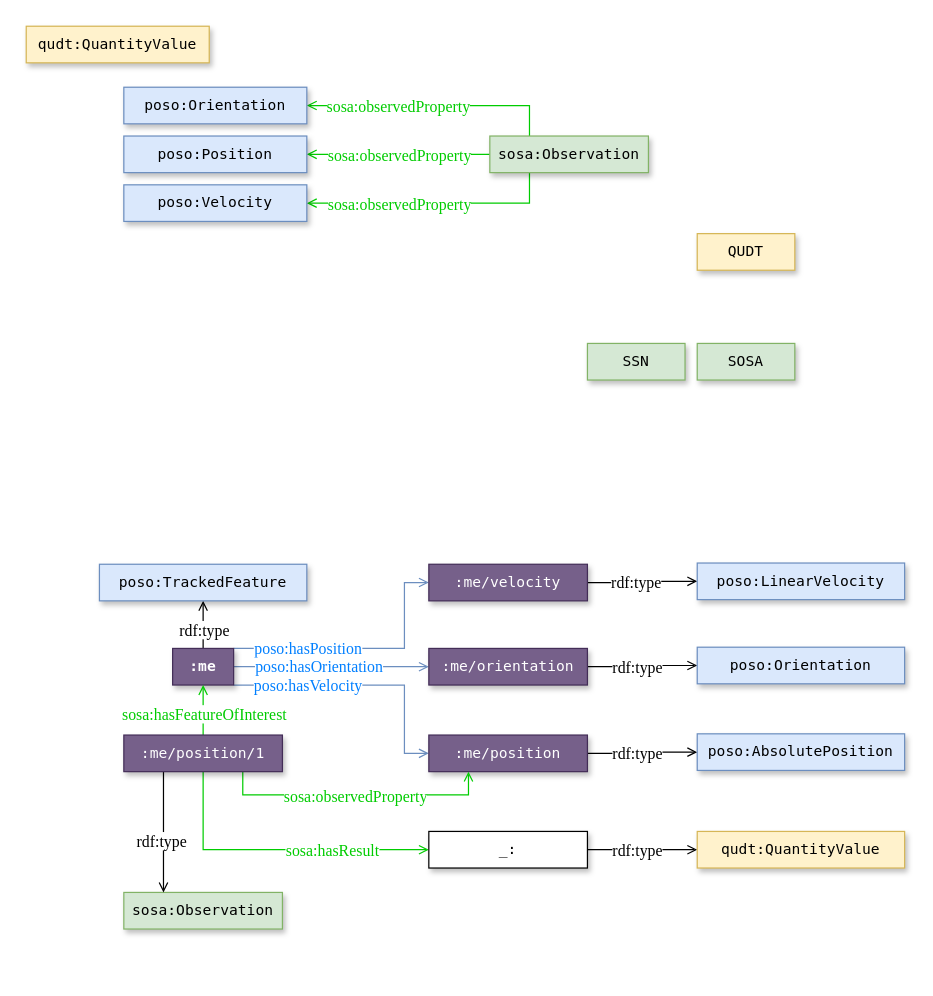
Earlier version of the draw.io diagram page "Page-4" (4 of 5) of docs/images/architecture.drawio (OpenHPS/POSO). Source tidied: cells renumbered, new cells numbered last; positions are measured from the earlier drawing's top-left corner, leaving out a move shared by most shapes. Both pictures are drawn from the tidied source at 122%, with x=0, y=0 at pixel (26, 26).
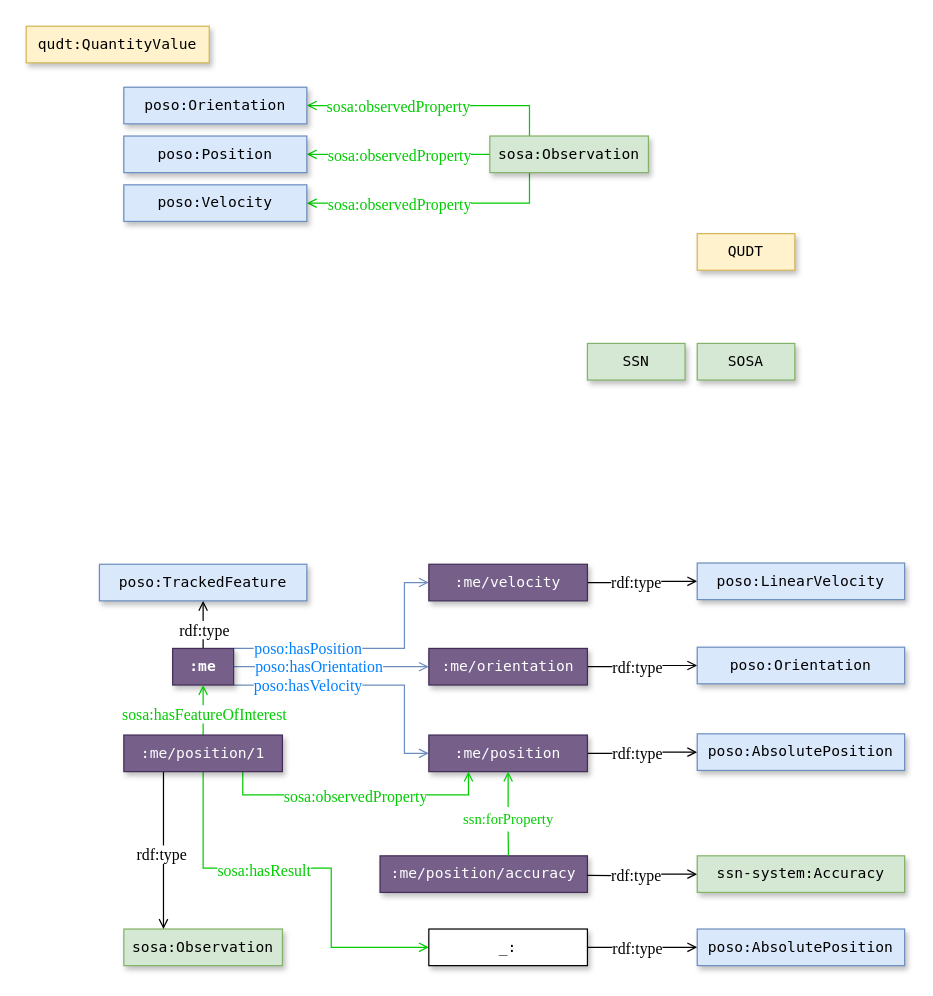
The same diagram, later.

Unchanged cells that the change refers to:
```xml
<mxCell id="22" value=":me/position" style="rounded=0;whiteSpace=wrap;html=1;fillColor=#76608a;strokeColor=#432D57;shadow=1;fontFamily=Lucida Console;fontColor=#ffffff;" parent="1" vertex="1">
  <mxGeometry x="330" y="581" width="130" height="30" as="geometry" />
</mxCell>
<mxCell id="37" value=":me/position/1" style="rounded=0;whiteSpace=wrap;html=1;fillColor=#76608a;strokeColor=#432D57;shadow=1;fontFamily=Lucida Console;fontColor=#ffffff;" parent="1" vertex="1">
  <mxGeometry x="80" y="581" width="130" height="30" as="geometry" />
</mxCell>
```

Diff of the diagram source:
```diff
@@
     <mxCell id="28" value="sosa:Observation" style="rounded=0;whiteSpace=wrap;html=1;fillColor=#d5e8d4;strokeColor=#82b366;shadow=1;fontFamily=Lucida Console;" parent="1" vertex="1">
-      <mxGeometry x="80" y="710" width="130" height="30" as="geometry" />
+      <mxGeometry x="80" y="740" width="130" height="30" as="geometry" />
     </mxCell>
@@
     <mxCell id="35" style="edgeStyle=orthogonalEdgeStyle;rounded=0;jettySize=auto;html=1;fontFamily=Garamond;fontSize=13;endArrow=open;endFill=0;entryX=0;entryY=0.5;entryDx=0;entryDy=0;fontColor=#00CC00;strokeColor=#00CC00;" parent="1" edge="1" source="37" target="38">
       <mxGeometry relative="1" as="geometry">
         <Array as="points">
-          <mxPoint x="145" y="675" />
+          <mxPoint x="145" y="690" />
+          <mxPoint x="250" y="690" />
+          <mxPoint x="250" y="755" />
         </Array>
       </mxGeometry>
     </mxCell>
     <mxCell id="36" value="sosa:hasResult" style="edgeLabel;html=1;align=center;verticalAlign=middle;fontSize=13;fontFamily=Garamond;fontColor=#00CC00;" parent="35" vertex="1">
       <mxGeometry x="0.19" y="-3" relative="1" as="geometry">
-        <mxPoint x="21" y="-3" as="offset" />
+        <mxPoint x="-53" y="-11" as="offset" />
       </mxGeometry>
     </mxCell>
@@
     <mxCell id="38" value="_:" style="rounded=0;whiteSpace=wrap;html=1;shadow=1;fontFamily=Lucida Console;" parent="1" vertex="1">
-      <mxGeometry x="330" y="660" width="130" height="30" as="geometry" />
+      <mxGeometry x="330" y="740" width="130" height="30" as="geometry" />
     </mxCell>
@@
-    <mxCell id="41" value="qudt:QuantityValue" style="rounded=0;whiteSpace=wrap;html=1;fillColor=#fff2cc;strokeColor=#d6b656;shadow=1;fontFamily=Lucida Console;" parent="1" vertex="1">
-      <mxGeometry x="550" y="660" width="170" height="30" as="geometry" />
+    <mxCell id="41" value="poso:AbsolutePosition" style="rounded=0;whiteSpace=wrap;html=1;fillColor=#dae8fc;strokeColor=#6c8ebf;shadow=1;fontFamily=Lucida Console;" parent="1" vertex="1">
+      <mxGeometry x="550" y="740" width="170" height="30" as="geometry" />
     </mxCell>
@@
+    <mxCell id="52" style="edgeStyle=orthogonalEdgeStyle;rounded=0;jettySize=auto;html=1;exitX=0.5;exitY=0;exitDx=0;exitDy=0;entryX=0.5;entryY=1;entryDx=0;entryDy=0;fillColor=#d5e8d4;strokeColor=#00CC00;fontColor=#97D077;endArrow=open;endFill=0;startArrow=none;" parent="1" edge="1" source="54" target="22">
+      <mxGeometry relative="1" as="geometry" />
+    </mxCell>
+    <mxCell id="53" value=":me/position/accuracy" style="rounded=0;whiteSpace=wrap;html=1;fillColor=#76608a;strokeColor=#432D57;shadow=1;fontFamily=Lucida Console;fontColor=#ffffff;" parent="1" vertex="1">
+      <mxGeometry x="290" y="680" width="170" height="30" as="geometry" />
+    </mxCell>
+    <mxCell id="54" value="ssn:forProperty" style="text;html=1;align=center;verticalAlign=middle;points=[];strokeColor=none;fillColor=none;fontColor=#00CC00;fontFamily=Garamond;" parent="1" vertex="1">
+      <mxGeometry x="350" y="640" width="90" height="20" as="geometry" />
+    </mxCell>
+    <mxCell id="55" style="edgeStyle=orthogonalEdgeStyle;rounded=0;jettySize=auto;html=1;entryX=0.5;entryY=1;entryDx=0;entryDy=0;fillColor=#d5e8d4;strokeColor=#00CC00;fontColor=#97D077;endArrow=none;endFill=0;exitX=0.619;exitY=-0.008;exitDx=0;exitDy=0;exitPerimeter=0;" parent="1" edge="1" source="53" target="54">
+      <mxGeometry relative="1" as="geometry" />
+    </mxCell>
+    <mxCell id="56" style="edgeStyle=orthogonalEdgeStyle;rounded=0;jettySize=auto;html=1;entryX=0;entryY=0.5;entryDx=0;entryDy=0;fontFamily=Garamond;fontSize=13;endArrow=open;endFill=0;" parent="1" edge="1" target="58">
+      <mxGeometry relative="1" as="geometry">
+        <mxPoint x="460" y="696" as="sourcePoint" />
+      </mxGeometry>
+    </mxCell>
+    <mxCell id="57" value="rdf:type" style="edgeLabel;html=1;align=center;verticalAlign=middle;fontSize=13;fontFamily=Garamond;" parent="56" vertex="1">
+      <mxGeometry x="0.18" y="-2" relative="1" as="geometry">
+        <mxPoint x="-13" y="-2" as="offset" />
+      </mxGeometry>
+    </mxCell>
+    <mxCell id="58" value="ssn-system:Accuracy" style="rounded=0;whiteSpace=wrap;html=1;fillColor=#d5e8d4;strokeColor=#82b366;shadow=1;fontFamily=Lucida Console;" parent="1" vertex="1">
+      <mxGeometry x="550" y="680" width="170" height="30" as="geometry" />
+    </mxCell>
```
